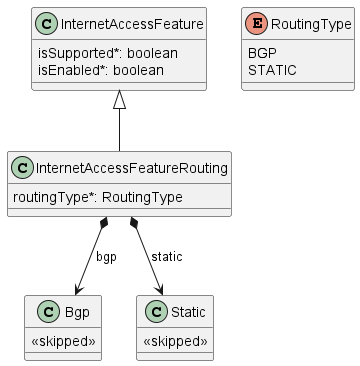
The PlantUML diagram documentation/productSchema/ip/internetAccess/MEF 139.1 resources/media/12Routing.png in MEF-GIT/MEF-LSO-Sonata-SDK, before a commit. Its diagram source:
```plantuml
@startuml



class InternetAccessFeature {

    isSupported*: boolean
    isEnabled*: boolean
}



class InternetAccessFeatureRouting {

    routingType*: RoutingType
}
InternetAccessFeature <|-- InternetAccessFeatureRouting

InternetAccessFeatureRouting *--> Bgp : bgp
InternetAccessFeatureRouting *--> Static : static

enum RoutingType {

    BGP
    STATIC
}


class Bgp {
    <<skipped>>
}
class Static {
    <<skipped>>
}


@enduml
```
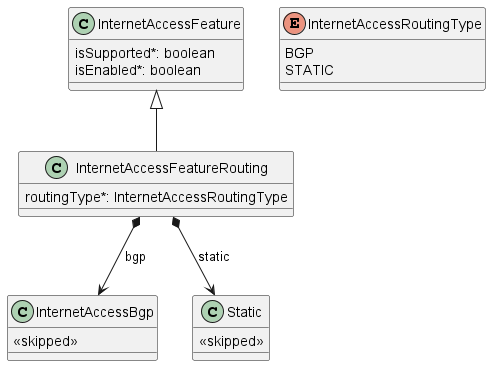
Above is the later version.

What changed in the source:
```diff
@@ -12,21 +12,21 @@
 
 class InternetAccessFeatureRouting {
 
-    routingType*: RoutingType
+    routingType*: InternetAccessRoutingType
 }
 InternetAccessFeature <|-- InternetAccessFeatureRouting
 
-InternetAccessFeatureRouting *--> Bgp : bgp
+InternetAccessFeatureRouting *--> InternetAccessBgp : bgp
 InternetAccessFeatureRouting *--> Static : static
 
-enum RoutingType {
+enum InternetAccessRoutingType {
 
     BGP
     STATIC
 }
 
 
-class Bgp {
+class InternetAccessBgp {
     <<skipped>>
 }
 class Static {
```
